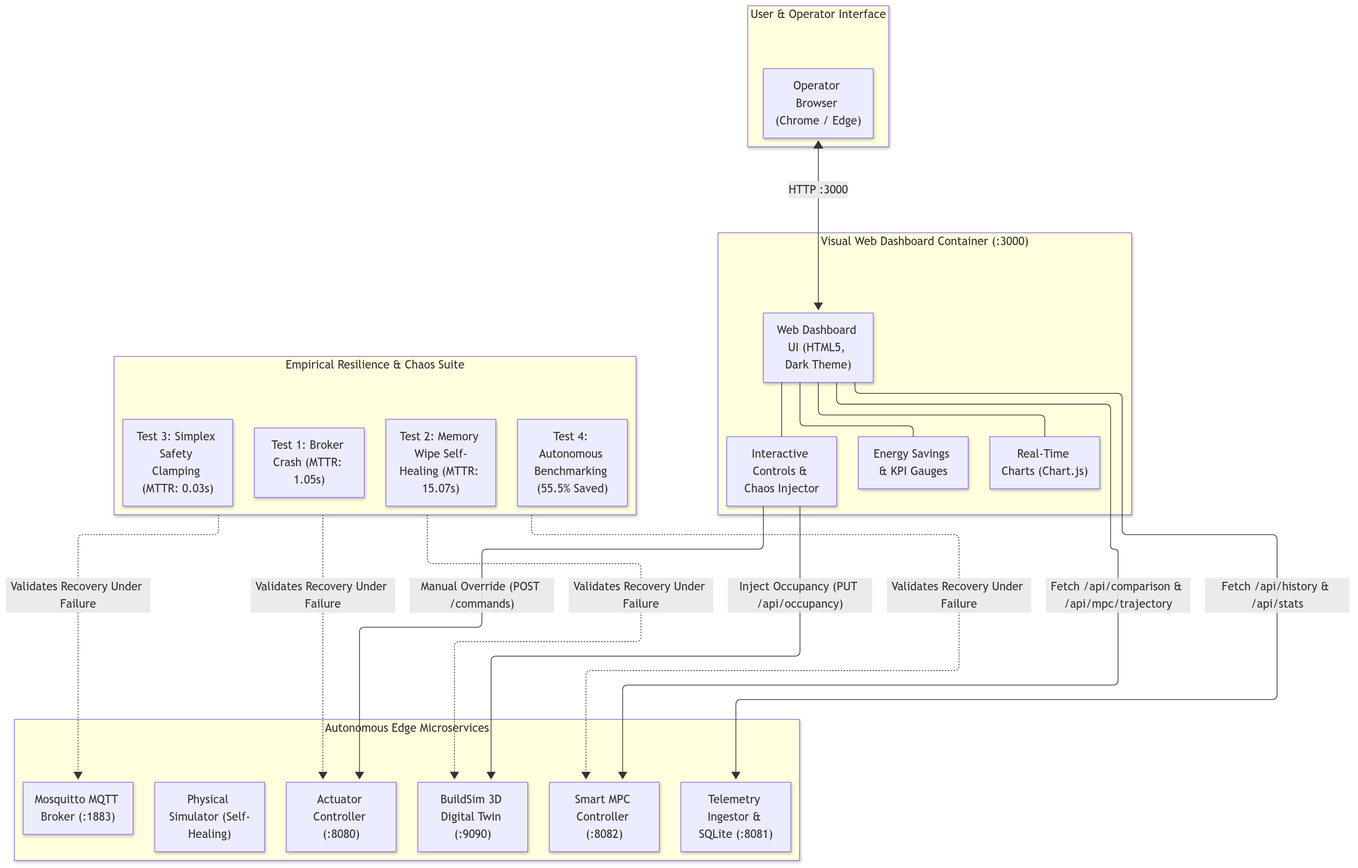
Before: report/figures/phase4_dashboard_resilience.png, a diagram exported from Mermaid (masooma-masooma/hvac-stg). Its source is kept beside it as diagrams/phase4_dashboard_resilience.mmd.
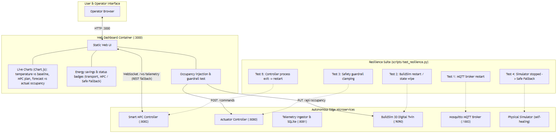
After the commit.

Change to the diagram source:
```diff
@@ -1,13 +1,13 @@
 flowchart TD
     subgraph Users ["User & Operator Interface"]
-        Browser["Operator Browser (Chrome / Edge)"]
+        Browser["Operator Browser"]
     end
 
-    subgraph DashboardService ["Visual Web Dashboard Container (:3000)"]
-        UI["Web Dashboard UI (HTML5, Dark Theme)"]
-        Charts["Real-Time Charts (Chart.js)"]
-        KPIs["Energy Savings & KPI Gauges"]
-        ChaosControls["Interactive Controls & Chaos Injector"]
+    subgraph DashboardService ["Web Dashboard Container (:3000)"]
+        UI["Static Web UI"]
+        Charts["Live Charts (Chart.js): temperature vs baseline, MPC plan, forecast vs actual occupancy"]
+        KPIs["Energy savings & status badges (transport, MPC / Safe Fallback)"]
+        Controls["Occupancy injection & guardrail test"]
     end
 
     subgraph AutonomousCore ["Autonomous Edge Microservices"]
@@ -16,27 +16,28 @@
         Ingestor["Telemetry Ingestor & SQLite (:8081)"]
         BS["BuildSim 3D Digital Twin (:9090)"]
         Mosq["Mosquitto MQTT Broker (:1883)"]
-        Sim["Physical Simulator (Self-Healing)"]
+        Sim["Physical Simulator (self-healing)"]
     end
 
-    subgraph ChaosTesting ["Empirical Resilience & Chaos Suite"]
-        T1["Test 1: Broker Crash (MTTR: 1.05s)"]
-        T2["Test 2: Memory Wipe Self-Healing (MTTR: 15.07s)"]
-        T3["Test 3: Simplex Safety Clamping (MTTR: 0.03s)"]
-        T4["Test 4: Autonomous Benchmarking (55.5% Saved)"]
+    subgraph FaultInjection ["Resilience Suite (scripts/test_resilience.py)"]
+        T1["Test 1: MQTT broker restart"]
+        T2["Test 2: BuildSim restart / state wipe"]
+        T3["Test 3: Safety guardrail clamping"]
+        T4["Test 4: Simulator stopped -> Safe Fallback"]
+        T5["Test 5: Controller process exit -> restart"]
     end
 
     Browser <-->|"HTTP :3000"| UI
     UI --- Charts
     UI --- KPIs
-    UI --- ChaosControls
+    UI --- Controls
 
-    UI -->|"Fetch /api/comparison & /api/mpc/trajectory"| MPC
-    UI -->|"Fetch /api/history & /api/stats"| Ingestor
-    ChaosControls -->|"Inject Occupancy (PUT /api/occupancy)"| BS
-    ChaosControls -->|"Manual Override (POST /commands)"| AC
+    UI <-->|"WebSocket /ws/telemetry (REST fallback)"| MPC
+    Controls -->|"PUT /api/occupancy"| BS
+    Controls -->|"POST /commands"| AC
 
-    ChaosTesting -.->|"Validates Recovery Under Failure"| Mosq
-    ChaosTesting -.->|"Validates Recovery Under Failure"| BS
-    ChaosTesting -.->|"Validates Recovery Under Failure"| AC
-    ChaosTesting -.->|"Validates Recovery Under Failure"| MPC
+    T1 -.-> Mosq
+    T2 -.-> BS
+    T3 -.-> AC
+    T4 -.-> Sim
+    T5 -.-> MPC
```
